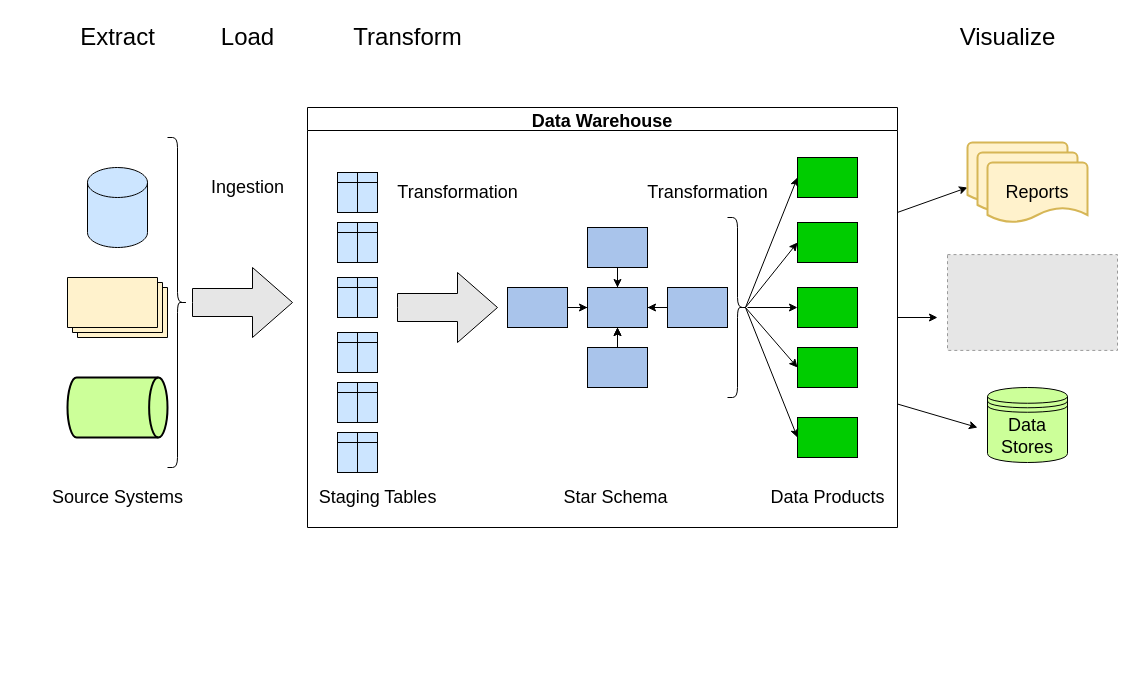
Before: docs/presentations/data_products/images/ExtractLoadTransform.drawio in chipzx92/DataEngineeringI320, a draw.io diagram. Source tidied: cells renumbered, new cells numbered last; positions are measured from the earlier drawing's top-left corner, leaving out a move shared by most shapes. Both pictures are drawn from the tidied source at 100%, with x=0, y=0 at pixel (42, 17). Pictures stored in the file or linked from it are replaced by grey dashed boxes.
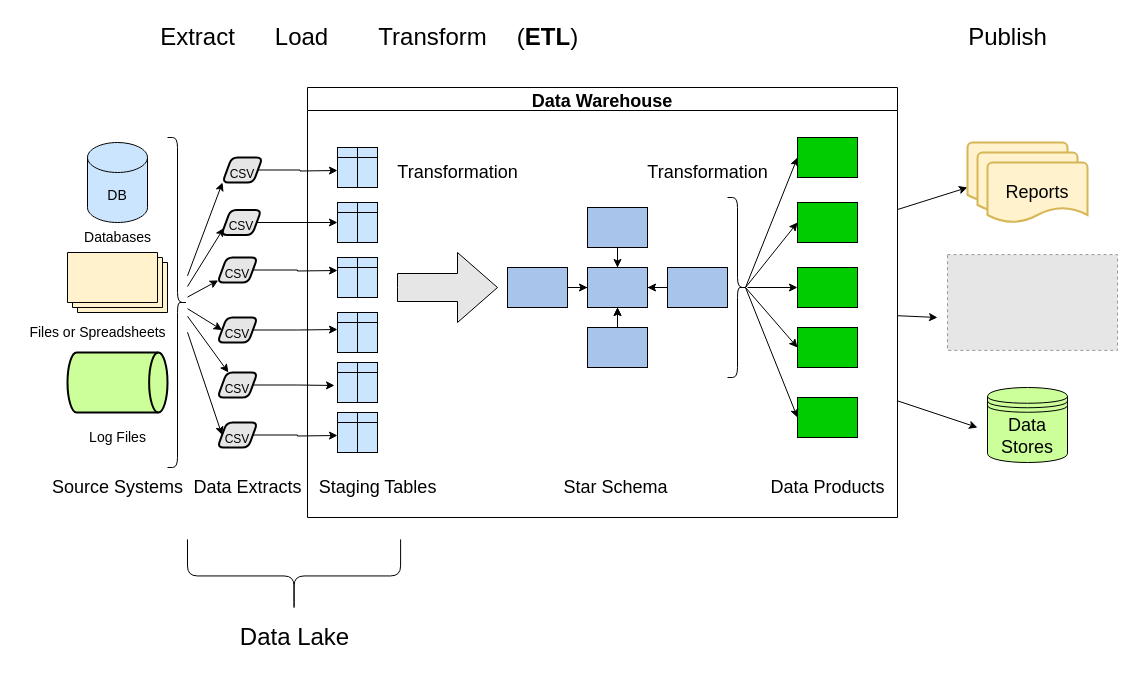
Above is the later version.

Unchanged cells that the change refers to:
```xml
<mxCell id="7" style="shape=curlyBracket;whiteSpace=wrap;html=1;rounded=1;flipH=1;" parent="1" vertex="1">
  <mxGeometry x="125" y="120" width="20" height="330" as="geometry" />
</mxCell>
<mxCell id="27" style="shape=internalStorage;whiteSpace=wrap;html=1;backgroundOutline=1;dx=20;dy=10;fillColor=#CCE5FF;" parent="13" vertex="1">
  <mxGeometry x="30" y="115" width="40" height="40" as="geometry" />
</mxCell>
<mxCell id="29" style="shape=internalStorage;whiteSpace=wrap;html=1;backgroundOutline=1;dx=20;dy=10;fillColor=#CCE5FF;" parent="13" vertex="1">
  <mxGeometry x="30" y="225" width="40" height="40" as="geometry" />
</mxCell>
<mxCell id="30" style="shape=internalStorage;whiteSpace=wrap;html=1;backgroundOutline=1;dx=20;dy=10;fillColor=#CCE5FF;" parent="13" vertex="1">
  <mxGeometry x="30" y="275" width="40" height="40" as="geometry" />
</mxCell>
```

Change to the diagram source:
```diff
@@
     <mxCell id="2" style="group;" parent="1" vertex="1">
-      <mxGeometry x="25" y="150" width="100" height="270" as="geometry" />
+      <mxGeometry x="25" y="125" width="110" height="270" as="geometry" />
     </mxCell>
-    <mxCell id="3" style="shape=cylinder3;whiteSpace=wrap;html=1;boundedLbl=1;backgroundOutline=1;size=15;fillColor=#CCE5FF;" parent="2" vertex="1">
+    <mxCell id="3" value="&lt;font style=&quot;font-size: 14px;&quot;&gt;DB&lt;/font&gt;" style="shape=cylinder3;whiteSpace=wrap;html=1;boundedLbl=1;backgroundOutline=1;size=15;fillColor=#CCE5FF;" parent="2" vertex="1">
       <mxGeometry x="20" width="60" height="80" as="geometry" />
     </mxCell>
@@
-    <mxCell id="6" style="html=1;shadow=0;dashed=0;align=center;verticalAlign=middle;shape=mxgraph.arrows2.arrow;dy=0.6;dx=40;notch=0;fillColor=#E6E6E6;" parent="1" vertex="1">
-      <mxGeometry x="150" y="250" width="100" height="70" as="geometry" />
-    </mxCell>
+    <mxCell id="58" value="Files or Spreadsheets" style="text;html=1;align=center;verticalAlign=middle;strokeColor=none;fillColor=none;fontSize=14;" parent="2" vertex="1">
+      <mxGeometry x="-50" y="175" width="160" height="30" as="geometry" />
+    </mxCell>
+    <mxCell id="59" value="Databases" style="text;html=1;align=center;verticalAlign=middle;strokeColor=none;fillColor=none;fontSize=14;" parent="2" vertex="1">
+      <mxGeometry x="5" y="80" width="90" height="30" as="geometry" />
+    </mxCell>
+    <mxCell id="60" style="rounded=0;jettySize=auto;html=1;entryX=0;entryY=1;entryDx=0;entryDy=0;fontSize=12;" parent="1" edge="1" source="7" target="71">
+      <mxGeometry relative="1" as="geometry" />
+    </mxCell>
+    <mxCell id="61" style="edgeStyle=none;rounded=0;jettySize=auto;html=1;entryX=0;entryY=0.75;entryDx=0;entryDy=0;fontSize=12;" parent="1" edge="1" source="7" target="81">
+      <mxGeometry relative="1" as="geometry" />
+    </mxCell>
+    <mxCell id="62" style="edgeStyle=none;rounded=0;jettySize=auto;html=1;fontSize=12;" parent="1" edge="1" source="7" target="73">
+      <mxGeometry relative="1" as="geometry" />
+    </mxCell>
+    <mxCell id="63" style="edgeStyle=none;rounded=0;jettySize=auto;html=1;entryX=0;entryY=0.5;entryDx=0;entryDy=0;fontSize=12;" parent="1" edge="1" source="7" target="75">
+      <mxGeometry relative="1" as="geometry" />
+    </mxCell>
+    <mxCell id="64" style="edgeStyle=none;rounded=0;jettySize=auto;html=1;fontSize=12;" parent="1" edge="1" source="7" target="77">
+      <mxGeometry relative="1" as="geometry" />
+    </mxCell>
+    <mxCell id="65" style="edgeStyle=none;rounded=0;jettySize=auto;html=1;fontSize=12;entryX=0;entryY=0.5;entryDx=0;entryDy=0;" parent="1" edge="1" source="7" target="79">
+      <mxGeometry relative="1" as="geometry" />
+    </mxCell>
@@
     <mxCell id="8" value="&lt;font style=&quot;font-size: 18px;&quot;&gt;Source Systems&lt;/font&gt;" style="text;html=1;align=center;verticalAlign=middle;strokeColor=none;fillColor=none;" parent="1" vertex="1">
-      <mxGeometry y="460" width="150" height="40" as="geometry" />
+      <mxGeometry y="450" width="150" height="40" as="geometry" />
     </mxCell>
-    <mxCell id="9" value="&lt;font style=&quot;font-size: 18px;&quot;&gt;Ingestion&lt;/font&gt;" style="text;html=1;align=center;verticalAlign=middle;strokeColor=none;fillColor=none;" parent="1" vertex="1">
-      <mxGeometry x="155" y="150" width="100" height="40" as="geometry" />
-    </mxCell>
@@
     <mxCell id="13" value="Data Warehouse" style="swimlane;fontSize=18;" parent="1" vertex="1">
-      <mxGeometry x="265" y="90" width="590" height="420" as="geometry" />
+      <mxGeometry x="265" y="70" width="590" height="430" as="geometry" />
     </mxCell>
@@
     <mxCell id="26" style="shape=internalStorage;whiteSpace=wrap;html=1;backgroundOutline=1;dx=20;dy=10;fillColor=#CCE5FF;" parent="13" vertex="1">
-      <mxGeometry x="30" y="65" width="40" height="40" as="geometry" />
+      <mxGeometry x="30" y="60" width="40" height="40" as="geometry" />
     </mxCell>
@@
     <mxCell id="44" value="Star Schema" style="text;html=1;align=center;verticalAlign=middle;strokeColor=none;fillColor=none;fontSize=18;" parent="13" vertex="1">
-      <mxGeometry x="242.5" y="370" width="130" height="40" as="geometry" />
+      <mxGeometry x="242.5" y="380" width="130" height="40" as="geometry" />
     </mxCell>
     <mxCell id="45" value="Staging Tables" style="text;html=1;align=center;verticalAlign=middle;strokeColor=none;fillColor=none;fontSize=18;" parent="13" vertex="1">
-      <mxGeometry y="370" width="140" height="40" as="geometry" />
+      <mxGeometry y="380" width="140" height="40" as="geometry" />
     </mxCell>
     <mxCell id="46" value="Data Products" style="text;html=1;align=center;verticalAlign=middle;strokeColor=none;fillColor=none;fontSize=18;" parent="13" vertex="1">
-      <mxGeometry x="450" y="370" width="140" height="40" as="geometry" />
+      <mxGeometry x="450" y="380" width="140" height="40" as="geometry" />
     </mxCell>
@@
     <mxCell id="53" value="&lt;font style=&quot;font-size: 24px;&quot;&gt;Extract&lt;/font&gt;" style="text;html=1;align=center;verticalAlign=middle;strokeColor=none;fillColor=none;fontSize=18;" parent="1" vertex="1">
-      <mxGeometry x="25" width="100" height="40" as="geometry" />
+      <mxGeometry x="105" width="100" height="40" as="geometry" />
     </mxCell>
     <mxCell id="54" value="&lt;font style=&quot;font-size: 24px;&quot;&gt;Load&lt;/font&gt;" style="text;html=1;align=center;verticalAlign=middle;strokeColor=none;fillColor=none;fontSize=18;" parent="1" vertex="1">
-      <mxGeometry x="165" width="80" height="40" as="geometry" />
+      <mxGeometry x="218.8" width="80" height="40" as="geometry" />
     </mxCell>
     <mxCell id="55" value="&lt;font style=&quot;font-size: 24px;&quot;&gt;Transform&lt;/font&gt;" style="text;html=1;align=center;verticalAlign=middle;strokeColor=none;fillColor=none;fontSize=18;" parent="1" vertex="1">
-      <mxGeometry x="300" width="130" height="40" as="geometry" />
+      <mxGeometry x="325" width="130" height="40" as="geometry" />
     </mxCell>
-    <mxCell id="56" value="&lt;font style=&quot;font-size: 24px;&quot;&gt;Visualize&lt;/font&gt;" style="text;html=1;align=center;verticalAlign=middle;strokeColor=none;fillColor=none;fontSize=18;" parent="1" vertex="1">
-      <mxGeometry x="905" width="120" height="40" as="geometry" />
+    <mxCell id="56" value="&lt;font style=&quot;font-size: 24px;&quot;&gt;Publish&lt;/font&gt;" style="text;html=1;align=center;verticalAlign=middle;strokeColor=none;fillColor=none;fontSize=18;" parent="1" vertex="1">
+      <mxGeometry x="915" width="100" height="40" as="geometry" />
     </mxCell>
@@
+    <mxCell id="66" value="&lt;font style=&quot;font-size: 24px;&quot;&gt;(&lt;font style=&quot;&quot;&gt;&lt;b&gt;ETL&lt;/b&gt;&lt;/font&gt;)&lt;/font&gt;" style="text;html=1;align=center;verticalAlign=middle;strokeColor=none;fillColor=none;" parent="1" vertex="1">
+      <mxGeometry x="465" width="80" height="40" as="geometry" />
+    </mxCell>
+    <mxCell id="67" value="Log Files" style="text;html=1;align=center;verticalAlign=middle;strokeColor=none;fillColor=none;fontSize=14;" parent="1" vertex="1">
+      <mxGeometry x="35" y="405" width="80" height="30" as="geometry" />
+    </mxCell>
+    <mxCell id="68" style="shape=curlyBracket;whiteSpace=wrap;html=1;rounded=1;fontSize=14;rotation=-90;" parent="1" vertex="1">
+      <mxGeometry x="215" y="451.9" width="73.1" height="213.1" as="geometry" />
+    </mxCell>
+    <mxCell id="69" value="&lt;font style=&quot;font-size: 24px;&quot;&gt;Data Lake&lt;/font&gt;" style="text;html=1;align=center;verticalAlign=middle;strokeColor=none;fillColor=none;fontSize=14;" parent="1" vertex="1">
+      <mxGeometry x="186.6" y="600" width="130" height="40" as="geometry" />
+    </mxCell>
+    <mxCell id="70" style="edgeStyle=orthogonalEdgeStyle;rounded=0;jettySize=auto;html=1;fontSize=12;" parent="1" edge="1" source="71">
+      <mxGeometry relative="1" as="geometry">
+        <mxPoint x="295" y="153" as="targetPoint" />
+      </mxGeometry>
+    </mxCell>
+    <mxCell id="71" value="&lt;font style=&quot;font-size: 12px;&quot;&gt;CSV&lt;/font&gt;" style="shape=parallelogram;html=1;strokeWidth=2;perimeter=parallelogramPerimeter;whiteSpace=wrap;rounded=1;arcSize=12;size=0.23;fontSize=24;fillColor=#E6E6E6;" parent="1" vertex="1">
+      <mxGeometry x="180" y="140" width="40" height="25" as="geometry" />
+    </mxCell>
+    <mxCell id="72" style="edgeStyle=orthogonalEdgeStyle;rounded=0;jettySize=auto;html=1;fontSize=12;" parent="1" edge="1" source="73">
+      <mxGeometry relative="1" as="geometry">
+        <mxPoint x="295" y="253" as="targetPoint" />
+      </mxGeometry>
+    </mxCell>
+    <mxCell id="73" value="&lt;font style=&quot;font-size: 12px;&quot;&gt;CSV&lt;/font&gt;" style="shape=parallelogram;html=1;strokeWidth=2;perimeter=parallelogramPerimeter;whiteSpace=wrap;rounded=1;arcSize=12;size=0.23;fontSize=24;fillColor=#E6E6E6;" parent="1" vertex="1">
+      <mxGeometry x="175" y="240" width="40" height="25" as="geometry" />
+    </mxCell>
+    <mxCell id="74" style="edgeStyle=orthogonalEdgeStyle;rounded=0;jettySize=auto;html=1;fontSize=12;entryX=0;entryY=0.425;entryDx=0;entryDy=0;entryPerimeter=0;" parent="1" edge="1" source="75" target="29">
+      <mxGeometry relative="1" as="geometry" />
+    </mxCell>
+    <mxCell id="75" value="&lt;font style=&quot;font-size: 12px;&quot;&gt;CSV&lt;/font&gt;" style="shape=parallelogram;html=1;strokeWidth=2;perimeter=parallelogramPerimeter;whiteSpace=wrap;rounded=1;arcSize=12;size=0.23;fontSize=24;fillColor=#E6E6E6;" parent="1" vertex="1">
+      <mxGeometry x="175" y="300" width="40" height="25" as="geometry" />
+    </mxCell>
+    <mxCell id="76" style="edgeStyle=orthogonalEdgeStyle;rounded=0;jettySize=auto;html=1;fontSize=12;entryX=-0.075;entryY=0.575;entryDx=0;entryDy=0;entryPerimeter=0;" parent="1" edge="1" source="77" target="30">
+      <mxGeometry relative="1" as="geometry" />
+    </mxCell>
+    <mxCell id="77" value="&lt;font style=&quot;font-size: 12px;&quot;&gt;CSV&lt;/font&gt;" style="shape=parallelogram;html=1;strokeWidth=2;perimeter=parallelogramPerimeter;whiteSpace=wrap;rounded=1;arcSize=12;size=0.23;fontSize=24;fillColor=#E6E6E6;" parent="1" vertex="1">
+      <mxGeometry x="175" y="355" width="40" height="25" as="geometry" />
+    </mxCell>
+    <mxCell id="78" style="edgeStyle=orthogonalEdgeStyle;rounded=0;jettySize=auto;html=1;fontSize=12;" parent="1" edge="1" source="79">
+      <mxGeometry relative="1" as="geometry">
+        <mxPoint x="295" y="418" as="targetPoint" />
+      </mxGeometry>
+    </mxCell>
+    <mxCell id="79" value="&lt;font style=&quot;font-size: 12px;&quot;&gt;CSV&lt;/font&gt;" style="shape=parallelogram;html=1;strokeWidth=2;perimeter=parallelogramPerimeter;whiteSpace=wrap;rounded=1;arcSize=12;size=0.23;fontSize=24;fillColor=#E6E6E6;" parent="1" vertex="1">
+      <mxGeometry x="175" y="405" width="40" height="25" as="geometry" />
+    </mxCell>
+    <mxCell id="80" style="edgeStyle=orthogonalEdgeStyle;rounded=0;jettySize=auto;html=1;entryX=0;entryY=0.5;entryDx=0;entryDy=0;fontSize=12;" parent="1" edge="1" source="81" target="27">
+      <mxGeometry relative="1" as="geometry" />
+    </mxCell>
+    <mxCell id="81" value="&lt;font style=&quot;font-size: 12px;&quot;&gt;CSV&lt;/font&gt;" style="shape=parallelogram;html=1;strokeWidth=2;perimeter=parallelogramPerimeter;whiteSpace=wrap;rounded=1;arcSize=12;size=0.23;fontSize=24;fillColor=#E6E6E6;" parent="1" vertex="1">
+      <mxGeometry x="178.8" y="192.5" width="40" height="25" as="geometry" />
+    </mxCell>
+    <mxCell id="82" style="edgeStyle=none;rounded=0;jettySize=auto;html=1;fontSize=12;" parent="1" edge="1" source="26">
+      <mxGeometry relative="1" as="geometry">
+        <mxPoint x="295" y="150" as="targetPoint" />
+      </mxGeometry>
+    </mxCell>
+    <mxCell id="83" value="&lt;font style=&quot;font-size: 18px;&quot;&gt;Data Extracts&lt;/font&gt;" style="text;html=1;align=center;verticalAlign=middle;strokeColor=none;fillColor=none;fontSize=12;" parent="1" vertex="1">
+      <mxGeometry x="140" y="450" width="130" height="40" as="geometry" />
+    </mxCell>
```
